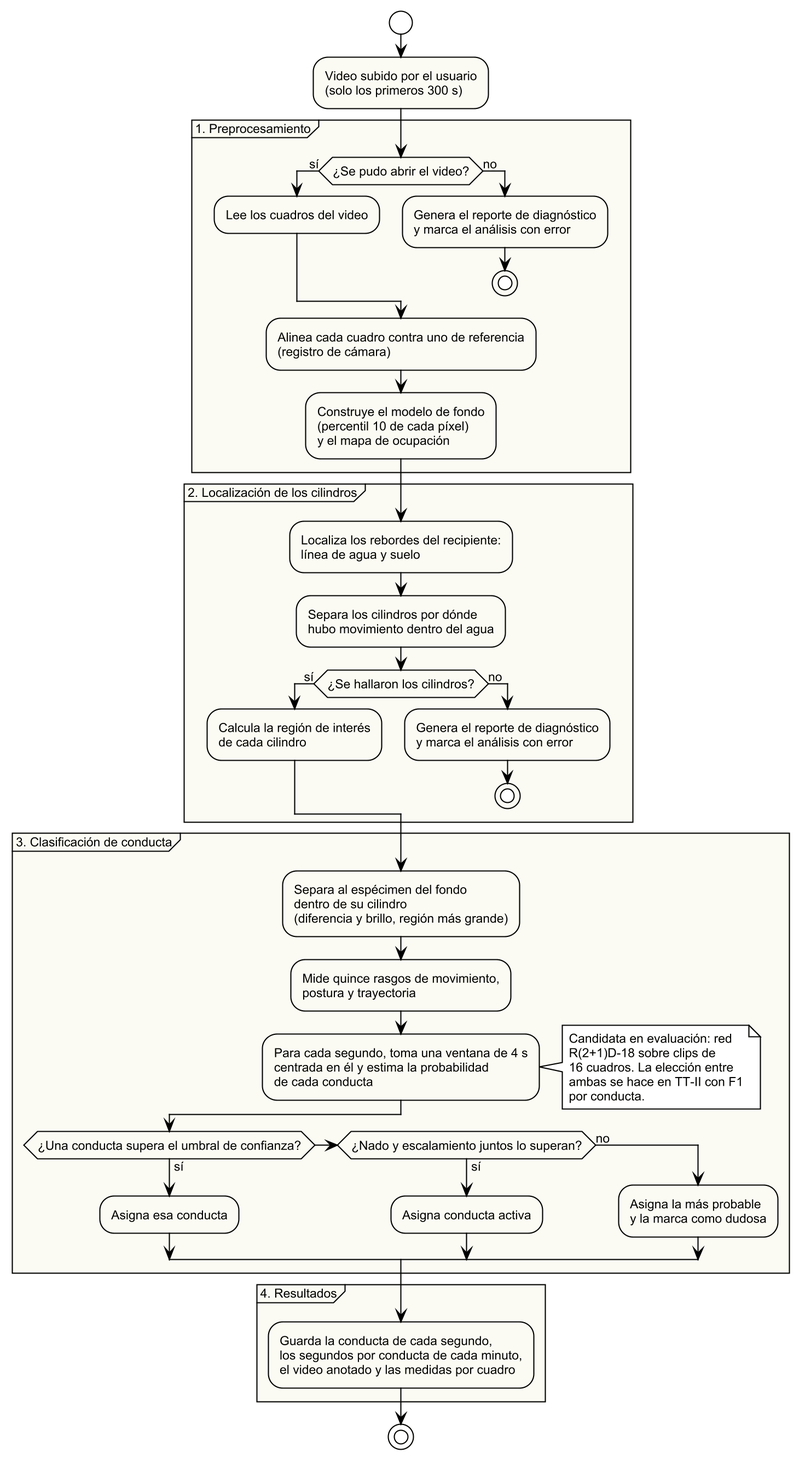
Above: figures/mermaid/pipeline.png in ErickJester/fst-ai-system-latex (PlantUML), before the change.
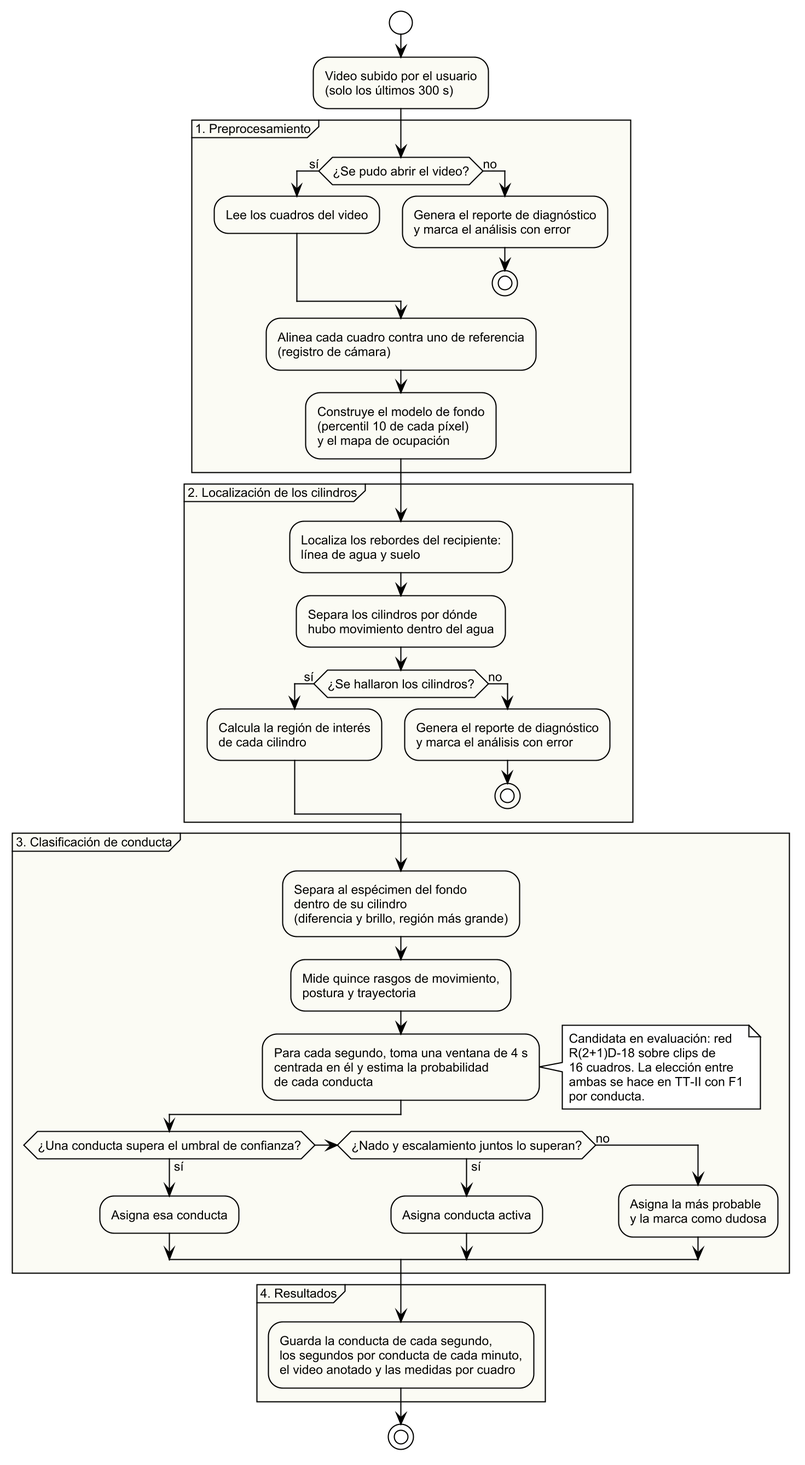
Later version of the same file.

The edit, as a diff of the source:
```diff
@@ -9,7 +9,7 @@
 skinparam PartitionBackgroundColor #FBFBF4
 
 start
-:Video subido por el usuario\n(solo los primeros 300 s);
+:Video subido por el usuario\n(solo los últimos 300 s);
 
 partition "1. Preprocesamiento" {
   if (¿Se pudo abrir el video?) then (sí)
```
